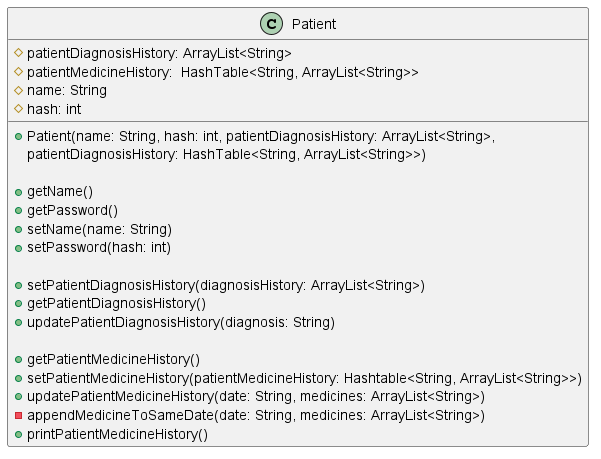
This is docs/diagrams/PatientClassDiagram.png from nus-cs2113-AY2223S2/tp, a PlantUML export, as it was before one commit. The source it was exported from:
```plantuml
@startuml

class Patient{
#patientDiagnosisHistory: ArrayList<String>
#patientMedicineHistory:  HashTable<String, ArrayList<String>>
#name: String
#hash: int

+Patient(name: String, hash: int, patientDiagnosisHistory: ArrayList<String>,
         patientDiagnosisHistory: HashTable<String, ArrayList<String>>)

+getName()
+getPassword()
+setName(name: String)
+setPassword(hash: int)

+setPatientDiagnosisHistory(diagnosisHistory: ArrayList<String>)
+getPatientDiagnosisHistory()
+updatePatientDiagnosisHistory(diagnosis: String)

+getPatientMedicineHistory()
+setPatientMedicineHistory(patientMedicineHistory: Hashtable<String, ArrayList<String>>)
+updatePatientMedicineHistory(date: String, medicines: ArrayList<String>)
-appendMedicineToSameDate(date: String, medicines: ArrayList<String>)
+printPatientMedicineHistory()
}

@enduml
```
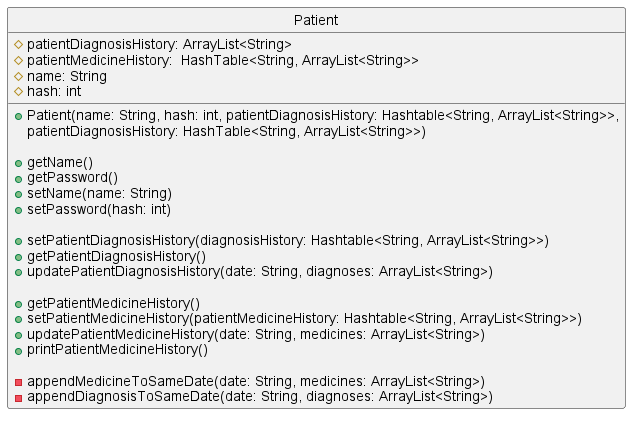
Later version of the same file.

Diff of the diagram source:
```diff
@@ -1,4 +1,6 @@
 @startuml
+hide circle
+
 
 class Patient{
 #patientDiagnosisHistory: ArrayList<String>
@@ -6,7 +8,7 @@
 #name: String
 #hash: int
 
-+Patient(name: String, hash: int, patientDiagnosisHistory: ArrayList<String>,
++Patient(name: String, hash: int, patientDiagnosisHistory: Hashtable<String, ArrayList<String>>,
          patientDiagnosisHistory: HashTable<String, ArrayList<String>>)
 
 +getName()
@@ -14,15 +16,17 @@
 +setName(name: String)
 +setPassword(hash: int)
 
-+setPatientDiagnosisHistory(diagnosisHistory: ArrayList<String>)
++setPatientDiagnosisHistory(diagnosisHistory: Hashtable<String, ArrayList<String>>)
 +getPatientDiagnosisHistory()
-+updatePatientDiagnosisHistory(diagnosis: String)
++updatePatientDiagnosisHistory(date: String, diagnoses: ArrayList<String>)
 
 +getPatientMedicineHistory()
 +setPatientMedicineHistory(patientMedicineHistory: Hashtable<String, ArrayList<String>>)
 +updatePatientMedicineHistory(date: String, medicines: ArrayList<String>)
++printPatientMedicineHistory()
+
 -appendMedicineToSameDate(date: String, medicines: ArrayList<String>)
-+printPatientMedicineHistory()
+-appendDiagnosisToSameDate(date: String, diagnoses: ArrayList<String>)
 }
 
 @enduml
```
